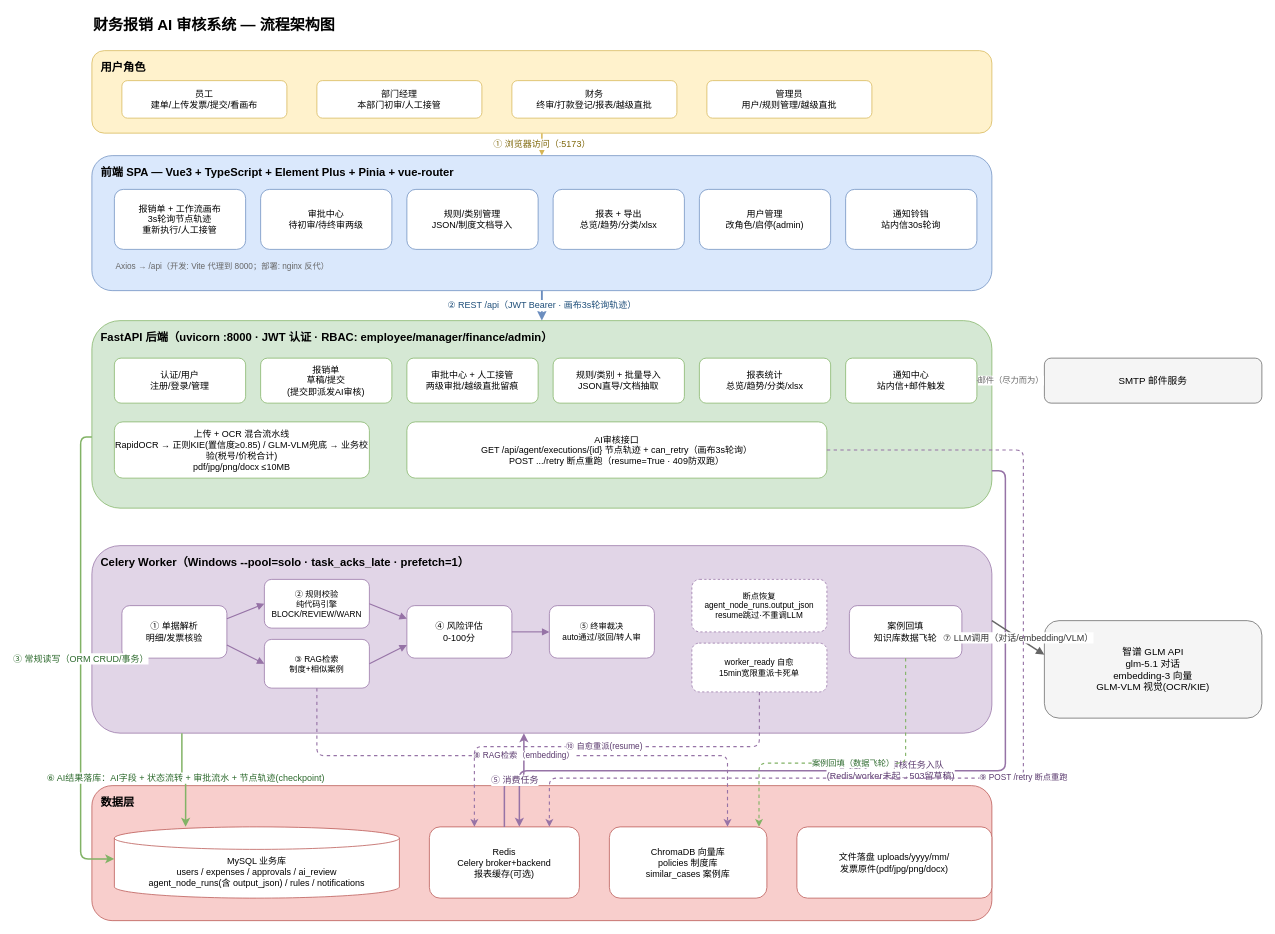
The draw.io diagram docs/architecture.drawio in SuperGitlab/ai-expense-auditor, before the edit. Source tidied: cells renumbered, new cells numbered last; positions are measured from the earlier drawing's top-left corner, leaving out a move shared by most shapes. Both pictures are drawn from the tidied source at 75%, with x=0, y=0 at pixel (80, 13).
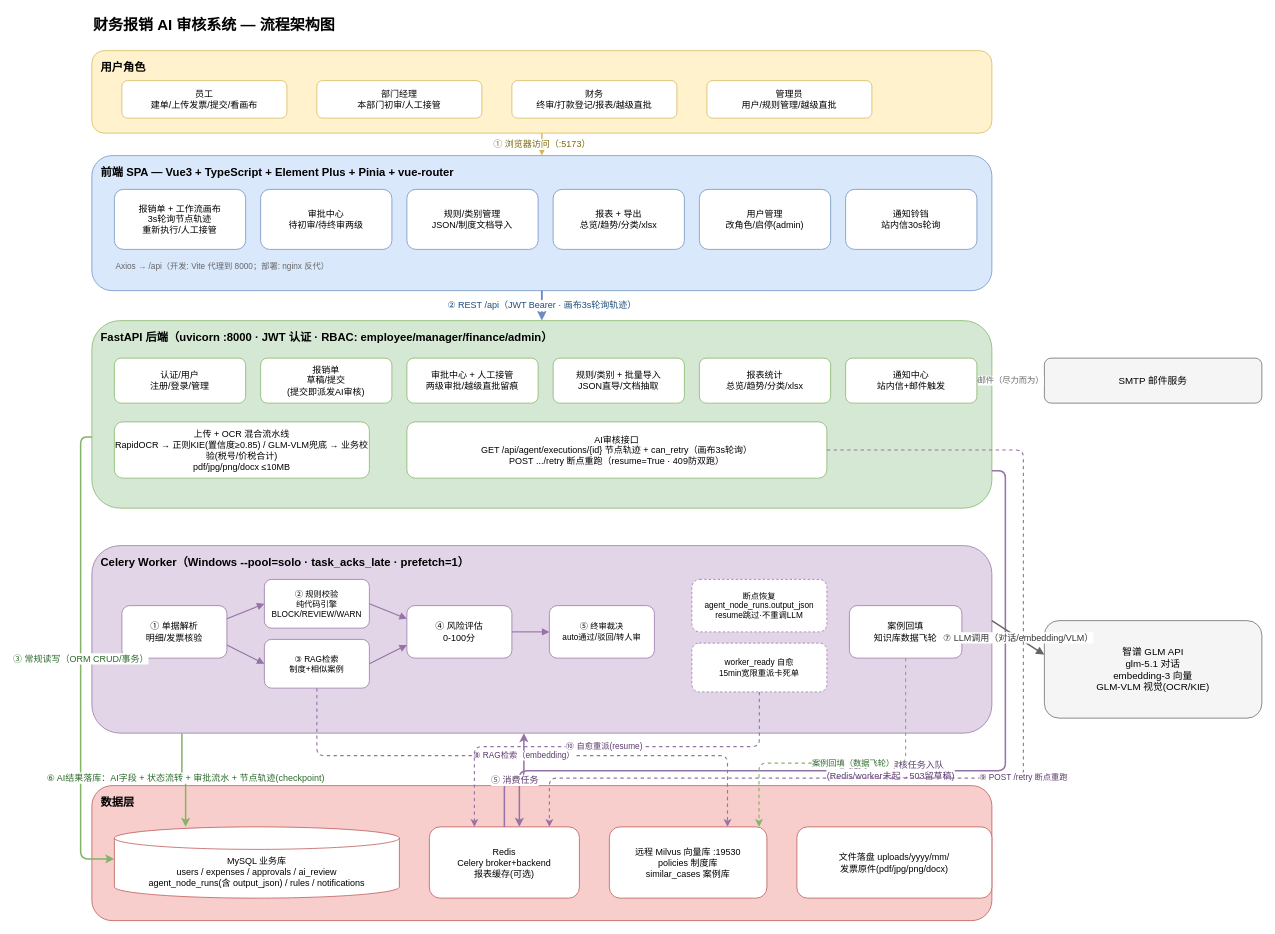
Above is the later version.

Commit message (it also covers changes not shown here):
docs(readme,drawio): 向量库Milvus化说明

- 双README：技术栈ChromaDB→Milvus、RAG特性行、容器化/规则导入行措辞更新；快速开始首次初始化加「需可达Milvus实例」前置说明与MILVUS_URI配置
- 架构图：数据层ChromaDB框改为「远程 Milvus 向量库 :19530」
- 其余在working tree中的README改动（worker线程池命令、排队可见性、229计数）属未提交的队列可见性工作，留待随其代码一并提交

The edit, as a diff of the source:
```diff
@@
-    <mxCell id="42" value="ChromaDB 向量库&lt;br&gt;policies 制度库&lt;br&gt;similar_cases 案例库" style="rounded=1;whiteSpace=wrap;html=1;fontSize=12;fillColor=#FFFFFF;strokeColor=#B85450;" parent="1" vertex="1">
+    <mxCell id="42" value="远程 Milvus 向量库 :19530&lt;br&gt;policies 制度库&lt;br&gt;similar_cases 案例库" style="rounded=1;whiteSpace=wrap;html=1;fontSize=12;fillColor=#FFFFFF;strokeColor=#B85450;" parent="1" vertex="1">
       <mxGeometry x="705" y="1085" width="210" height="95" as="geometry" />
     </mxCell>
```
